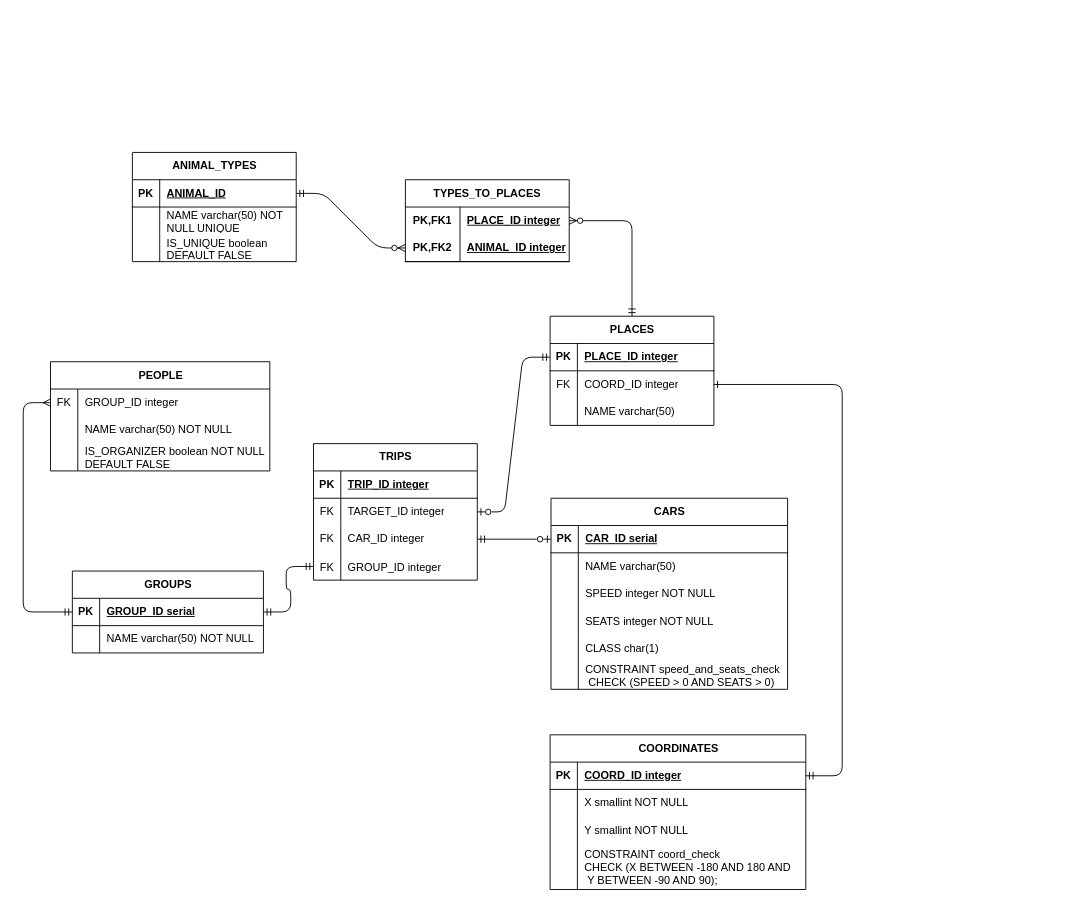
Above: lab3/NewModel.drawio in Xaabibas/Databases (draw.io), before the change. Source tidied: cells renumbered, new cells numbered last; positions are measured from the earlier drawing's top-left corner, leaving out a move shared by most shapes. Both pictures are drawn from the tidied source at 91%, with x=0, y=0 at pixel (23, 152).
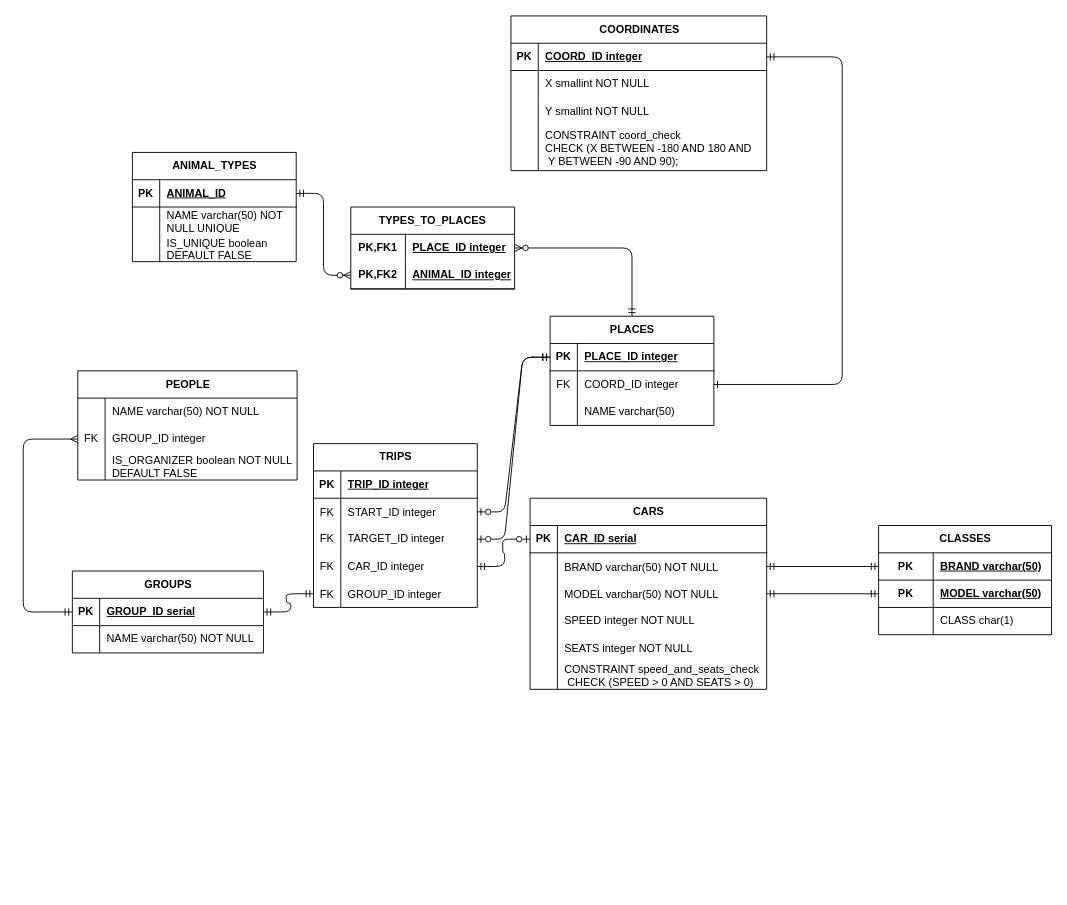
Above is the later version.

The change refers to these unchanged cells:
```xml
<mxCell id="19" style="shape=tableRow;horizontal=0;startSize=0;swimlaneHead=0;swimlaneBody=0;fillColor=none;points=[[0,0.5],[1,0.5]];portConstraint=eastwest;top=0;left=0;right=0;bottom=0;" parent="15" vertex="1">
  <mxGeometry y="60" width="260" height="30" as="geometry" />
</mxCell>
<mxCell id="35" style="shape=tableRow;horizontal=0;startSize=0;swimlaneHead=0;swimlaneBody=0;fillColor=none;points=[[0,0.5],[1,0.5]];portConstraint=eastwest;top=0;left=0;right=0;bottom=1;" parent="34" vertex="1">
  <mxGeometry y="30" width="180" height="30" as="geometry" />
</mxCell>
```

Diff of the diagram source:
```diff
@@
     <mxCell id="2" value="TRIPS" style="shape=table;startSize=30;childLayout=tableLayout;rowLines=0;fontStyle=1;align=center;html=1;" parent="1" vertex="1">
-      <mxGeometry x="319" y="320" width="180" height="150" as="geometry" />
+      <mxGeometry x="319" y="320" width="180" height="180" as="geometry" />
     </mxCell>
@@
+    <mxCell id="98" style="shape=tableRow;horizontal=0;startSize=0;swimlaneHead=0;swimlaneBody=0;fillColor=none;points=[[0,0.5],[1,0.5]];portConstraint=eastwest;top=0;left=0;right=0;bottom=0;" parent="2" vertex="1">
+      <mxGeometry y="60" width="180" height="30" as="geometry" />
+    </mxCell>
+    <mxCell id="99" value="FK" style="shape=partialRectangle;fillColor=none;top=0;left=0;bottom=0;right=0;overflow=hidden;" parent="98" vertex="1">
+      <mxGeometry width="30" height="30" as="geometry" />
+    </mxCell>
+    <mxCell id="100" value="START_ID integer" style="shape=partialRectangle;fillColor=none;top=0;left=0;bottom=0;right=0;align=left;spacingLeft=6;overflow=hidden;" parent="98" vertex="1">
+      <mxGeometry x="30" width="150" height="30" as="geometry" />
+    </mxCell>
     <mxCell id="6" style="shape=tableRow;horizontal=0;startSize=0;swimlaneHead=0;swimlaneBody=0;fillColor=none;points=[[0,0.5],[1,0.5]];portConstraint=eastwest;top=0;left=0;right=0;bottom=0;" parent="2" vertex="1">
-      <mxGeometry y="60" width="180" height="30" as="geometry" />
+      <mxGeometry y="90" width="180" height="30" as="geometry" />
     </mxCell>
@@
     <mxCell id="9" style="shape=tableRow;horizontal=0;startSize=0;swimlaneHead=0;swimlaneBody=0;fillColor=none;points=[[0,0.5],[1,0.5]];portConstraint=eastwest;top=0;left=0;right=0;bottom=0;" parent="2" vertex="1">
-      <mxGeometry y="90" width="180" height="30" as="geometry" />
+      <mxGeometry y="120" width="180" height="30" as="geometry" />
     </mxCell>
@@
     <mxCell id="12" style="shape=tableRow;horizontal=0;startSize=0;swimlaneHead=0;swimlaneBody=0;fillColor=none;points=[[0,0.5],[1,0.5]];portConstraint=eastwest;top=0;left=0;right=0;bottom=0;" parent="2" vertex="1">
-      <mxGeometry y="120" width="180" height="30" as="geometry" />
+      <mxGeometry y="150" width="180" height="30" as="geometry" />
     </mxCell>
@@
     <mxCell id="15" value="CARS" style="shape=table;startSize=30;childLayout=tableLayout;rowLines=0;fontStyle=1;align=center;html=1;" parent="1" vertex="1">
-      <mxGeometry x="580" y="380" width="260" height="210" as="geometry" />
+      <mxGeometry x="557" y="380" width="260" height="210" as="geometry" />
     </mxCell>
@@
-    <mxCell id="20" style="shape=partialRectangle;fillColor=none;top=0;left=0;bottom=0;right=0;overflow=hidden;whiteSpace=wrap;html=1;" parent="19" vertex="1">
-      <mxGeometry width="30" height="30" as="geometry" />
-    </mxCell>
-    <mxCell id="21" value="NAME varchar(50)" style="shape=partialRectangle;fillColor=none;top=0;left=0;bottom=0;right=0;align=left;spacingLeft=6;overflow=hidden;whiteSpace=wrap;html=1;" parent="19" vertex="1">
-      <mxGeometry x="30" width="230" height="30" as="geometry" />
-    </mxCell>
+    <mxCell id="101" style="shape=partialRectangle;fillColor=none;top=0;left=0;bottom=0;right=0;overflow=hidden;" parent="19" vertex="1">
+      <mxGeometry width="30" height="30" as="geometry" />
+    </mxCell>
+    <mxCell id="102" value="BRAND varchar(50) NOT NULL" style="shape=partialRectangle;fillColor=none;top=0;left=0;bottom=0;right=0;align=left;spacingLeft=6;overflow=hidden;" parent="19" vertex="1">
+      <mxGeometry x="30" width="230" height="30" as="geometry" />
+    </mxCell>
+    <mxCell id="103" style="shape=tableRow;horizontal=0;startSize=0;swimlaneHead=0;swimlaneBody=0;fillColor=none;points=[[0,0.5],[1,0.5]];portConstraint=eastwest;top=0;left=0;right=0;bottom=0;" parent="15" vertex="1">
+      <mxGeometry y="90" width="260" height="30" as="geometry" />
+    </mxCell>
+    <mxCell id="104" style="shape=partialRectangle;fillColor=none;top=0;left=0;bottom=0;right=0;overflow=hidden;" parent="103" vertex="1">
+      <mxGeometry width="30" height="30" as="geometry" />
+    </mxCell>
+    <mxCell id="105" value="MODEL varchar(50) NOT NULL" style="shape=partialRectangle;fillColor=none;top=0;left=0;bottom=0;right=0;align=left;spacingLeft=6;overflow=hidden;" parent="103" vertex="1">
+      <mxGeometry x="30" width="230" height="30" as="geometry" />
+    </mxCell>
     <mxCell id="22" style="shape=tableRow;horizontal=0;startSize=0;swimlaneHead=0;swimlaneBody=0;fillColor=none;top=0;left=0;right=0;bottom=0;" parent="15" vertex="1">
-      <mxGeometry y="90" width="260" height="30" as="geometry" />
+      <mxGeometry y="120" width="260" height="30" as="geometry" />
     </mxCell>
@@
     <mxCell id="25" style="shape=tableRow;horizontal=0;startSize=0;swimlaneHead=0;swimlaneBody=0;fillColor=none;top=0;left=0;right=0;bottom=0;" parent="15" vertex="1">
-      <mxGeometry y="120" width="260" height="30" as="geometry" />
+      <mxGeometry y="150" width="260" height="30" as="geometry" />
     </mxCell>
@@
-    <mxCell id="28" style="shape=tableRow;horizontal=0;startSize=0;swimlaneHead=0;swimlaneBody=0;fillColor=none;top=0;left=0;right=0;bottom=0;" parent="15" vertex="1">
-      <mxGeometry y="150" width="260" height="30" as="geometry" />
-    </mxCell>
-    <mxCell id="29" style="shape=partialRectangle;fillColor=none;top=0;left=0;bottom=0;right=0;overflow=hidden;" parent="28" vertex="1">
-      <mxGeometry width="30" height="30" as="geometry" />
-    </mxCell>
-    <mxCell id="30" value="CLASS char(1)" style="shape=partialRectangle;fillColor=none;top=0;left=0;bottom=0;right=0;align=left;spacingLeft=6;overflow=hidden;" parent="28" vertex="1">
-      <mxGeometry x="30" width="230" height="30" as="geometry" />
-    </mxCell>
@@
     <mxCell id="44" value="COORDINATES" style="shape=table;startSize=30;childLayout=tableLayout;rowLines=0;fontStyle=1;align=center;html=1;" parent="1" vertex="1">
-      <mxGeometry x="579" y="640" width="281" height="170" as="geometry" />
+      <mxGeometry x="536" y="-150" width="281" height="170" as="geometry" />
     </mxCell>
@@
-    <mxCell id="57" value="PEOPLE" style="shape=table;startSize=30;childLayout=tableLayout;rowLines=0;fontStyle=1;align=center;html=1;" parent="1" vertex="1">
-      <mxGeometry x="30" y="230" width="241" height="120" as="geometry" />
-    </mxCell>
-    <mxCell id="58" style="shape=tableRow;horizontal=0;startSize=0;swimlaneHead=0;swimlaneBody=0;fillColor=none;points=[[0,0.5],[1,0.5]];portConstraint=eastwest;top=0;left=0;right=0;bottom=0;" parent="57" vertex="1">
-      <mxGeometry y="30" width="241" height="30" as="geometry" />
-    </mxCell>
-    <mxCell id="59" value="FK" style="shape=partialRectangle;fillColor=none;top=0;left=0;bottom=0;right=0;overflow=hidden;whiteSpace=wrap;html=1;" parent="58" vertex="1">
-      <mxGeometry width="30" height="30" as="geometry" />
-    </mxCell>
-    <mxCell id="60" value="GROUP_ID integer" style="shape=partialRectangle;fillColor=none;top=0;left=0;bottom=0;right=0;align=left;spacingLeft=6;overflow=hidden;whiteSpace=wrap;html=1;" parent="58" vertex="1">
-      <mxGeometry x="30" width="211" height="30" as="geometry" />
-    </mxCell>
-    <mxCell id="61" style="shape=tableRow;horizontal=0;startSize=0;swimlaneHead=0;swimlaneBody=0;fillColor=none;top=0;left=0;right=0;bottom=0;" parent="57" vertex="1">
-      <mxGeometry y="60" width="241" height="30" as="geometry" />
-    </mxCell>
-    <mxCell id="62" style="shape=partialRectangle;fillColor=none;top=0;left=0;bottom=0;right=0;overflow=hidden;whiteSpace=wrap;html=1;" parent="61" vertex="1">
-      <mxGeometry width="30" height="30" as="geometry" />
-    </mxCell>
-    <mxCell id="63" value="NAME varchar(50) NOT NULL" style="shape=partialRectangle;fillColor=none;top=0;left=0;bottom=0;right=0;align=left;spacingLeft=6;overflow=hidden;whiteSpace=wrap;html=1;" parent="61" vertex="1">
-      <mxGeometry x="30" width="211" height="30" as="geometry" />
-    </mxCell>
-    <mxCell id="64" style="shape=tableRow;horizontal=0;startSize=0;swimlaneHead=0;swimlaneBody=0;fillColor=none;top=0;left=0;right=0;bottom=0;" parent="57" vertex="1">
-      <mxGeometry y="90" width="241" height="30" as="geometry" />
-    </mxCell>
-    <mxCell id="65" style="shape=partialRectangle;fillColor=none;top=0;left=0;bottom=0;right=0;overflow=hidden;" parent="64" vertex="1">
-      <mxGeometry width="30" height="30" as="geometry" />
-    </mxCell>
-    <mxCell id="66" value="IS_ORGANIZER boolean NOT NULL &#10;DEFAULT FALSE" style="shape=partialRectangle;fillColor=none;top=0;left=0;bottom=0;right=0;align=left;spacingLeft=6;overflow=hidden;" parent="64" vertex="1">
-      <mxGeometry x="30" width="211" height="30" as="geometry" />
-    </mxCell>
@@
     <mxCell id="84" value="TYPES_TO_PLACES" style="shape=table;startSize=30;childLayout=tableLayout;rowLines=0;fontStyle=1;align=center;html=1;whiteSpace=wrap;" parent="1" vertex="1">
-      <mxGeometry x="420" y="30" width="180" height="90" as="geometry" />
+      <mxGeometry x="360" y="60" width="180" height="90" as="geometry" />
     </mxCell>
@@
+    <mxCell id="106" value="CLASSES" style="shape=table;startSize=30;childLayout=tableLayout;rowLines=0;fontStyle=1;align=center;html=1;" parent="1" vertex="1">
+      <mxGeometry x="940" y="410" width="190" height="120" as="geometry" />
+    </mxCell>
+    <mxCell id="107" style="shape=tableRow;horizontal=0;startSize=0;swimlaneHead=0;swimlaneBody=0;fillColor=none;points=[[0,0.5],[1,0.5]];portConstraint=eastwest;top=0;left=0;right=0;bottom=1;" parent="106" vertex="1">
+      <mxGeometry y="30" width="190" height="30" as="geometry" />
+    </mxCell>
+    <mxCell id="108" value="PK" style="shape=partialRectangle;fillColor=none;top=0;left=0;bottom=0;right=0;fontStyle=1;overflow=hidden;whiteSpace=wrap;html=1;" parent="107" vertex="1">
+      <mxGeometry width="60" height="30" as="geometry" />
+    </mxCell>
+    <mxCell id="109" value="BRAND varchar(50)" style="shape=partialRectangle;fillColor=none;top=0;left=0;bottom=0;right=0;align=left;spacingLeft=6;fontStyle=5;overflow=hidden;whiteSpace=wrap;html=1;" parent="107" vertex="1">
+      <mxGeometry x="60" width="130" height="30" as="geometry" />
+    </mxCell>
+    <mxCell id="110" style="shape=tableRow;horizontal=0;startSize=0;swimlaneHead=0;swimlaneBody=0;fillColor=none;points=[[0,0.5],[1,0.5]];portConstraint=eastwest;top=0;left=0;right=0;bottom=1;" parent="106" vertex="1">
+      <mxGeometry y="60" width="190" height="30" as="geometry" />
+    </mxCell>
+    <mxCell id="111" value="PK" style="shape=partialRectangle;fillColor=none;top=0;left=0;bottom=0;right=0;fontStyle=1;overflow=hidden;whiteSpace=wrap;html=1;" parent="110" vertex="1">
+      <mxGeometry width="60" height="30" as="geometry" />
+    </mxCell>
+    <mxCell id="112" value="MODEL varchar(50)" style="shape=partialRectangle;fillColor=none;top=0;left=0;bottom=0;right=0;align=left;spacingLeft=6;fontStyle=5;overflow=hidden;whiteSpace=wrap;html=1;" parent="110" vertex="1">
+      <mxGeometry x="60" width="130" height="30" as="geometry" />
+    </mxCell>
+    <mxCell id="113" style="shape=tableRow;horizontal=0;startSize=0;swimlaneHead=0;swimlaneBody=0;fillColor=none;top=0;left=0;right=0;bottom=0;" parent="106" vertex="1">
+      <mxGeometry y="90" width="190" height="30" as="geometry" />
+    </mxCell>
+    <mxCell id="114" style="shape=partialRectangle;fillColor=none;top=0;left=0;bottom=0;right=0;overflow=hidden;whiteSpace=wrap;html=1;" parent="113" vertex="1">
+      <mxGeometry width="60" height="30" as="geometry" />
+    </mxCell>
+    <mxCell id="30" value="CLASS char(1)" style="shape=partialRectangle;fillColor=none;top=0;left=0;bottom=0;right=0;align=left;spacingLeft=6;overflow=hidden;whiteSpace=wrap;html=1;" parent="113" vertex="1">
+      <mxGeometry x="60" width="130" height="30" as="geometry" />
+    </mxCell>
+    <mxCell id="115" style="edgeStyle=orthogonalEdgeStyle;rounded=0;jettySize=auto;html=1;entryX=1;entryY=0.5;entryDx=0;entryDy=0;endArrow=ERmandOne;startFill=0;endFill=0;startArrow=ERmandOne;" parent="1" edge="1" source="107" target="19">
+      <mxGeometry relative="1" as="geometry" />
+    </mxCell>
+    <mxCell id="116" style="edgeStyle=orthogonalEdgeStyle;rounded=0;jettySize=auto;html=1;entryX=1;entryY=0.5;entryDx=0;entryDy=0;endArrow=ERmandOne;startFill=0;startArrow=ERmandOne;endFill=0;" parent="1" edge="1" source="110" target="103">
+      <mxGeometry relative="1" as="geometry" />
+    </mxCell>
+    <mxCell id="57" value="PEOPLE" style="shape=table;startSize=30;childLayout=tableLayout;rowLines=0;fontStyle=1;align=center;html=1;" parent="1" vertex="1">
+      <mxGeometry x="60" y="240" width="241" height="120" as="geometry" />
+    </mxCell>
+    <mxCell id="61" style="shape=tableRow;horizontal=0;startSize=0;swimlaneHead=0;swimlaneBody=0;fillColor=none;top=0;left=0;right=0;bottom=0;" parent="57" vertex="1">
+      <mxGeometry y="30" width="241" height="30" as="geometry" />
+    </mxCell>
+    <mxCell id="62" style="shape=partialRectangle;fillColor=none;top=0;left=0;bottom=0;right=0;overflow=hidden;whiteSpace=wrap;html=1;" parent="61" vertex="1">
+      <mxGeometry width="30" height="30" as="geometry" />
+    </mxCell>
+    <mxCell id="63" value="NAME varchar(50) NOT NULL" style="shape=partialRectangle;fillColor=none;top=0;left=0;bottom=0;right=0;align=left;spacingLeft=6;overflow=hidden;whiteSpace=wrap;html=1;" parent="61" vertex="1">
+      <mxGeometry x="30" width="211" height="30" as="geometry" />
+    </mxCell>
+    <mxCell id="58" style="shape=tableRow;horizontal=0;startSize=0;swimlaneHead=0;swimlaneBody=0;fillColor=none;points=[[0,0.5],[1,0.5]];portConstraint=eastwest;top=0;left=0;right=0;bottom=0;" parent="57" vertex="1">
+      <mxGeometry y="60" width="241" height="30" as="geometry" />
+    </mxCell>
+    <mxCell id="59" value="FK" style="shape=partialRectangle;fillColor=none;top=0;left=0;bottom=0;right=0;overflow=hidden;whiteSpace=wrap;html=1;" parent="58" vertex="1">
+      <mxGeometry width="30" height="30" as="geometry" />
+    </mxCell>
+    <mxCell id="60" value="GROUP_ID integer" style="shape=partialRectangle;fillColor=none;top=0;left=0;bottom=0;right=0;align=left;spacingLeft=6;overflow=hidden;whiteSpace=wrap;html=1;" parent="58" vertex="1">
+      <mxGeometry x="30" width="211" height="30" as="geometry" />
+    </mxCell>
+    <mxCell id="64" style="shape=tableRow;horizontal=0;startSize=0;swimlaneHead=0;swimlaneBody=0;fillColor=none;top=0;left=0;right=0;bottom=0;" parent="57" vertex="1">
+      <mxGeometry y="90" width="241" height="30" as="geometry" />
+    </mxCell>
+    <mxCell id="65" style="shape=partialRectangle;fillColor=none;top=0;left=0;bottom=0;right=0;overflow=hidden;" parent="64" vertex="1">
+      <mxGeometry width="30" height="30" as="geometry" />
+    </mxCell>
+    <mxCell id="66" value="IS_ORGANIZER boolean NOT NULL &#10;DEFAULT FALSE" style="shape=partialRectangle;fillColor=none;top=0;left=0;bottom=0;right=0;align=left;spacingLeft=6;overflow=hidden;" parent="64" vertex="1">
+      <mxGeometry x="30" width="211" height="30" as="geometry" />
+    </mxCell>
+    <mxCell id="117" style="edgeStyle=entityRelationEdgeStyle;fontSize=12;html=1;endArrow=ERmandOne;startArrow=ERzeroToOne;rounded=1;exitX=1;exitY=0.5;exitDx=0;exitDy=0;entryX=0;entryY=0.5;entryDx=0;entryDy=0;endFill=0;startFill=0;curved=0;" parent="1" edge="1" source="98" target="35">
+      <mxGeometry relative="1" as="geometry" />
+    </mxCell>
```
